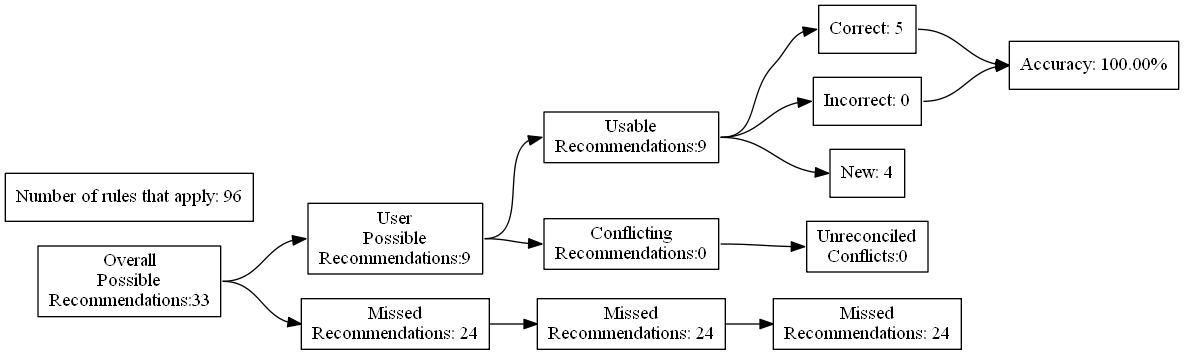
Before: test_renders/19.gv.png, a diagram exported from Graphviz (ZaxR/ibd_diet_analysis). Its source is kept beside it as test_renders/19.gv.
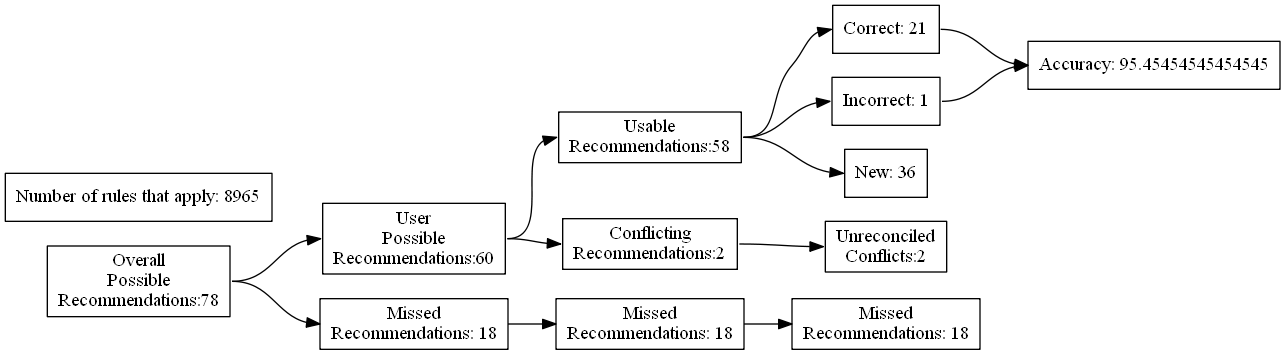
The same file after the commit.

Change to the diagram source:
```diff
@@ -4,27 +4,27 @@
 	edge [headport=w tailport=e]
 		A [label="Overall
 Possible
-Recommendations:33"]
+Recommendations:78"]
 		B [label="User
 Possible
-Recommendations:9"]
+Recommendations:60"]
 		C [label="Missed
-Recommendations: 24"]
+Recommendations: 18"]
 		D [label="Usable
-Recommendations:9"]
+Recommendations:58"]
 		E [label="Conflicting
-Recommendations:0"]
+Recommendations:2"]
 		J [label="Missed
-Recommendations: 24"]
+Recommendations: 18"]
 		M [label="Unreconciled
-Conflicts:0"]
-		F [label="Correct: 5"]
-		G [label="Incorrect: 0"]
-		H [label="New: 4"]
+Conflicts:2"]
+		F [label="Correct: 21"]
+		G [label="Incorrect: 1"]
+		H [label="New: 36"]
 		K [label="Missed
-Recommendations: 24"]
-		I [label="Accuracy: 100.00%"]
-		l [label="Number of rules that apply: 96"]
+Recommendations: 18"]
+		I [label="Accuracy: 95.45454545454545"]
+		l [label="Number of rules that apply: 8965"]
 			A -> B
 			A -> C
 			B -> D
```
